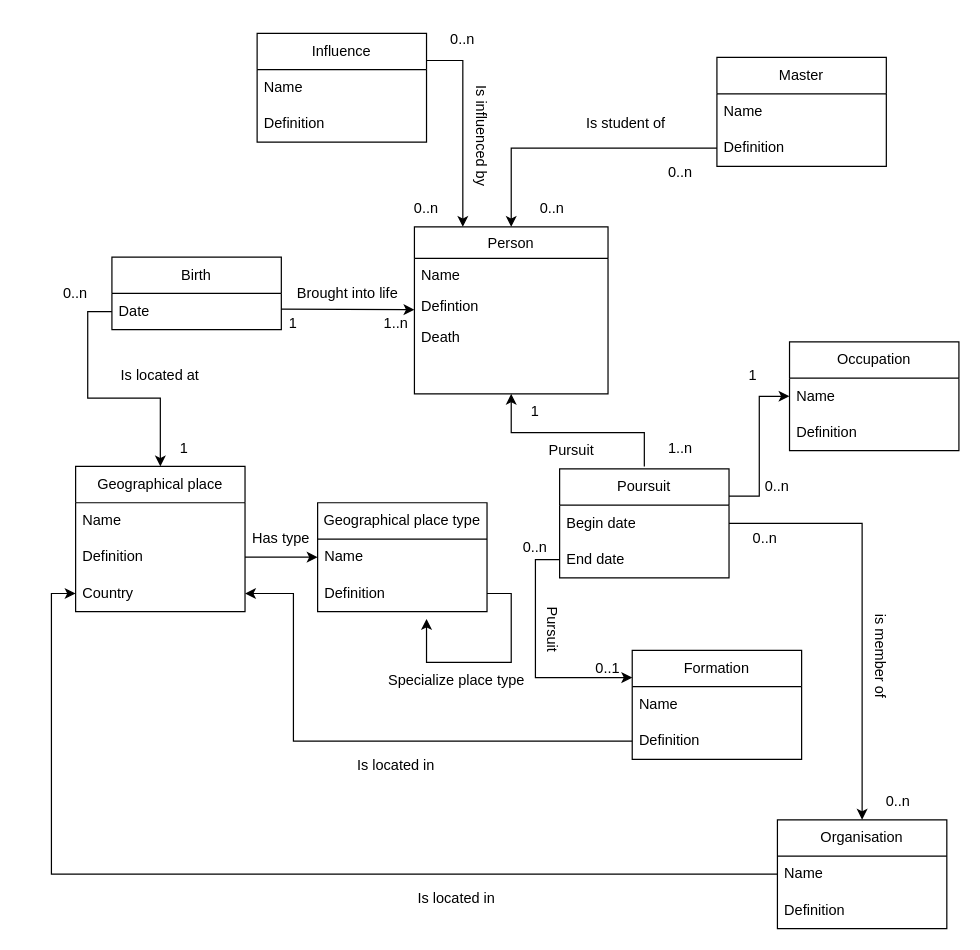
Before: Diagramme sans nom.drawio in ma-maillard/maillard_math, a draw.io diagram. Source tidied: cells renumbered, new cells numbered last; positions are measured from the earlier drawing's top-left corner, leaving out a move shared by most shapes. Both pictures are drawn from the tidied source at 121%, with x=0, y=0 at pixel (39, 21).
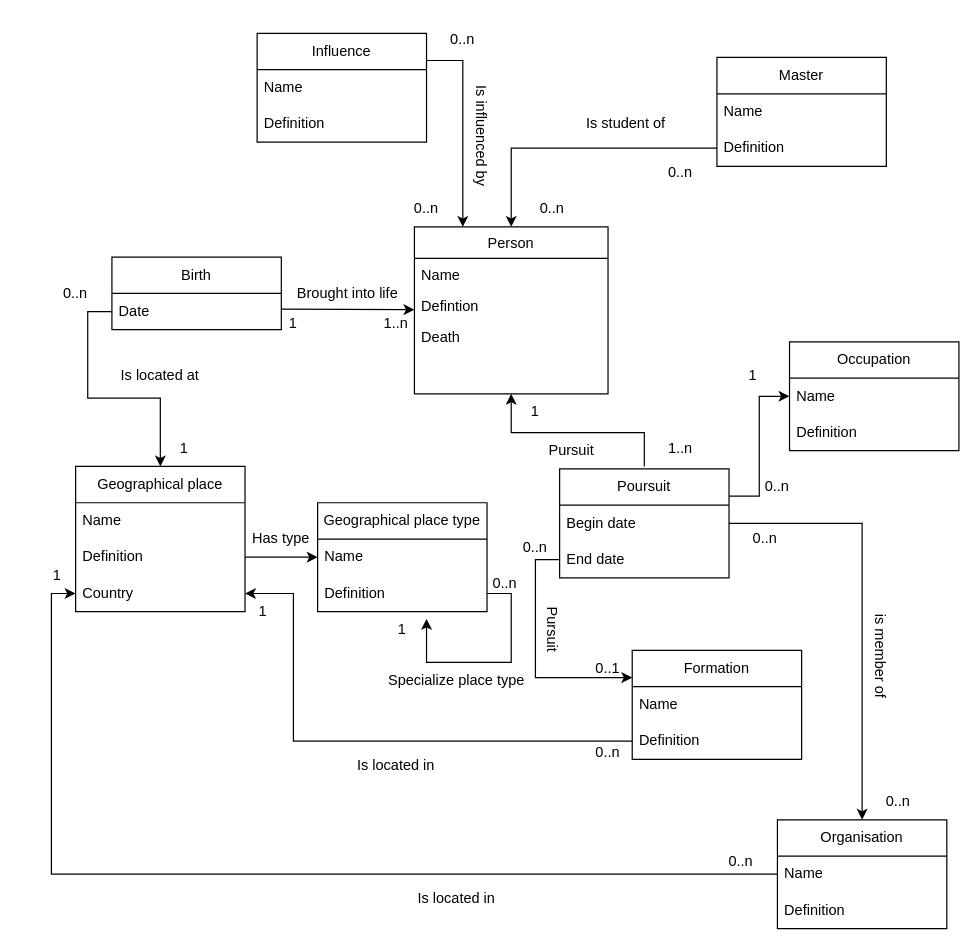
The same page after the edit.

The edit, as a diff of the source:
```diff
@@
+    <mxCell id="72" value="0..n" style="text;html=1;strokeColor=none;fillColor=none;align=center;verticalAlign=middle;whiteSpace=wrap;rounded=0;" parent="1" vertex="1">
+      <mxGeometry x="550" y="680" width="60" height="30" as="geometry" />
+    </mxCell>
+    <mxCell id="73" value="1" style="text;html=1;strokeColor=none;fillColor=none;align=center;verticalAlign=middle;whiteSpace=wrap;rounded=0;" parent="1" vertex="1">
+      <mxGeometry x="-15" y="443" width="60" height="30" as="geometry" />
+    </mxCell>
+    <mxCell id="74" value="1" style="text;html=1;strokeColor=none;fillColor=none;align=center;verticalAlign=middle;whiteSpace=wrap;rounded=0;" parent="1" vertex="1">
+      <mxGeometry x="155" y="473" width="60" height="30" as="geometry" />
+    </mxCell>
+    <mxCell id="75" value="0..n" style="text;html=1;strokeColor=none;fillColor=none;align=center;verticalAlign=middle;whiteSpace=wrap;rounded=0;" parent="1" vertex="1">
+      <mxGeometry x="440" y="590" width="60" height="30" as="geometry" />
+    </mxCell>
+    <mxCell id="76" value="1" style="text;html=1;strokeColor=none;fillColor=none;align=center;verticalAlign=middle;whiteSpace=wrap;rounded=0;" parent="1" vertex="1">
+      <mxGeometry x="270" y="488" width="60" height="30" as="geometry" />
+    </mxCell>
+    <mxCell id="77" value="0..n" style="text;html=1;strokeColor=none;fillColor=none;align=center;verticalAlign=middle;whiteSpace=wrap;rounded=0;" parent="1" vertex="1">
+      <mxGeometry x="360" y="450" width="50" height="30" as="geometry" />
+    </mxCell>
```
